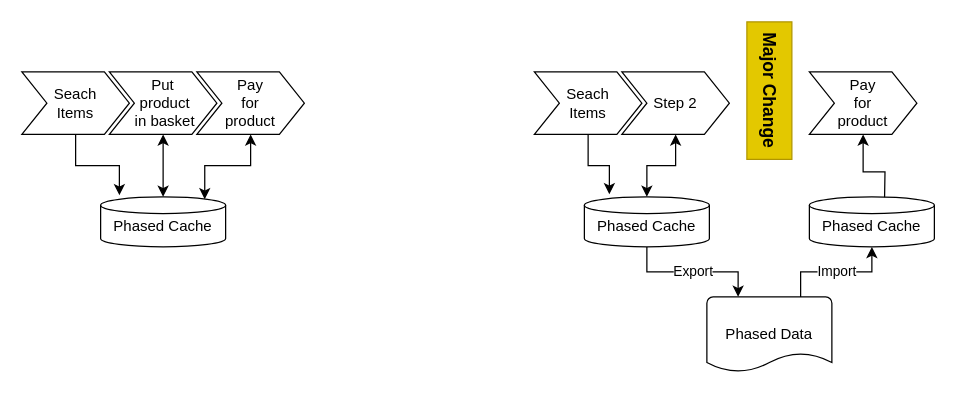
This is page "context" (5 of 12) of diagrams/Phased Article.drawio from baubakg/phased-test-demo, a draw.io file, before an edit. Source tidied: cells renumbered, new cells numbered last; positions are measured from the earlier drawing's top-left corner, leaving out a move shared by most shapes. Both pictures are drawn from the tidied source at 125%, with x=0, y=0 at pixel (21, 21).
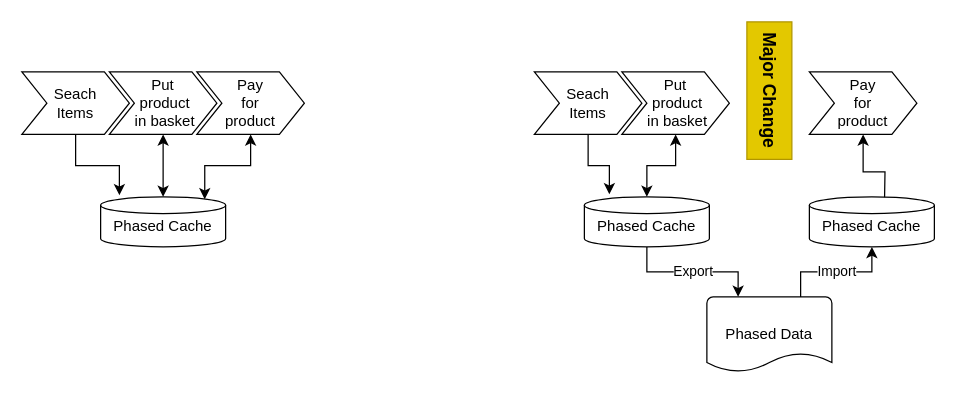
Above is the later version.

What changed in the source:
```diff
@@
-    <mxCell id="5" value="Step 2" style="shape=step;perimeter=stepPerimeter;whiteSpace=wrap;html=1;fixedSize=1;fontSize=12;fontStyle=0;" parent="1" vertex="1">
+    <mxCell id="5" value="Put&lt;br style=&quot;border-color: var(--border-color);&quot;&gt;&amp;nbsp;product&lt;br style=&quot;border-color: var(--border-color);&quot;&gt;&amp;nbsp;in basket" style="shape=step;perimeter=stepPerimeter;whiteSpace=wrap;html=1;fixedSize=1;fontSize=12;fontStyle=0;" parent="1" vertex="1">
       <mxGeometry x="480" y="40" width="86" height="50" as="geometry" />
     </mxCell>
```
